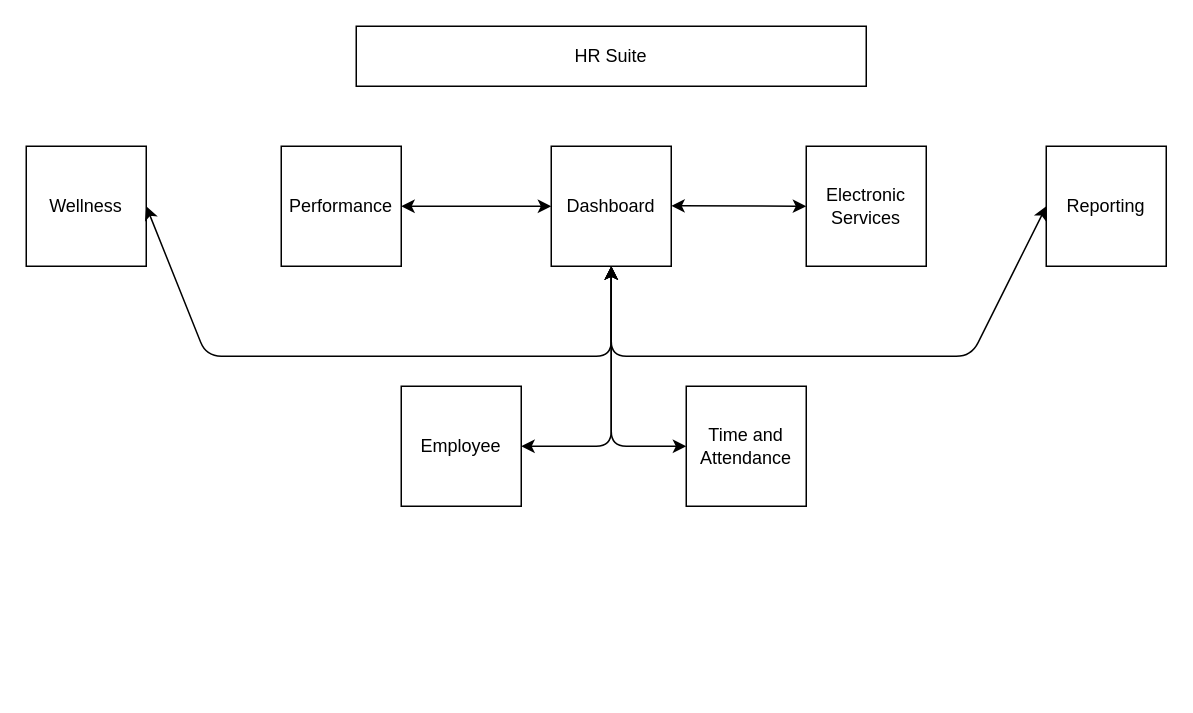
Earlier version of the draw.io diagram Modules.drawio (dlocklear/HR_Suite). Source tidied: cells renumbered, new cells numbered last; positions are measured from the earlier drawing's top-left corner, leaving out a move shared by most shapes. Both pictures are drawn from the tidied source at 150%, with x=0, y=0 at pixel (26, 26).
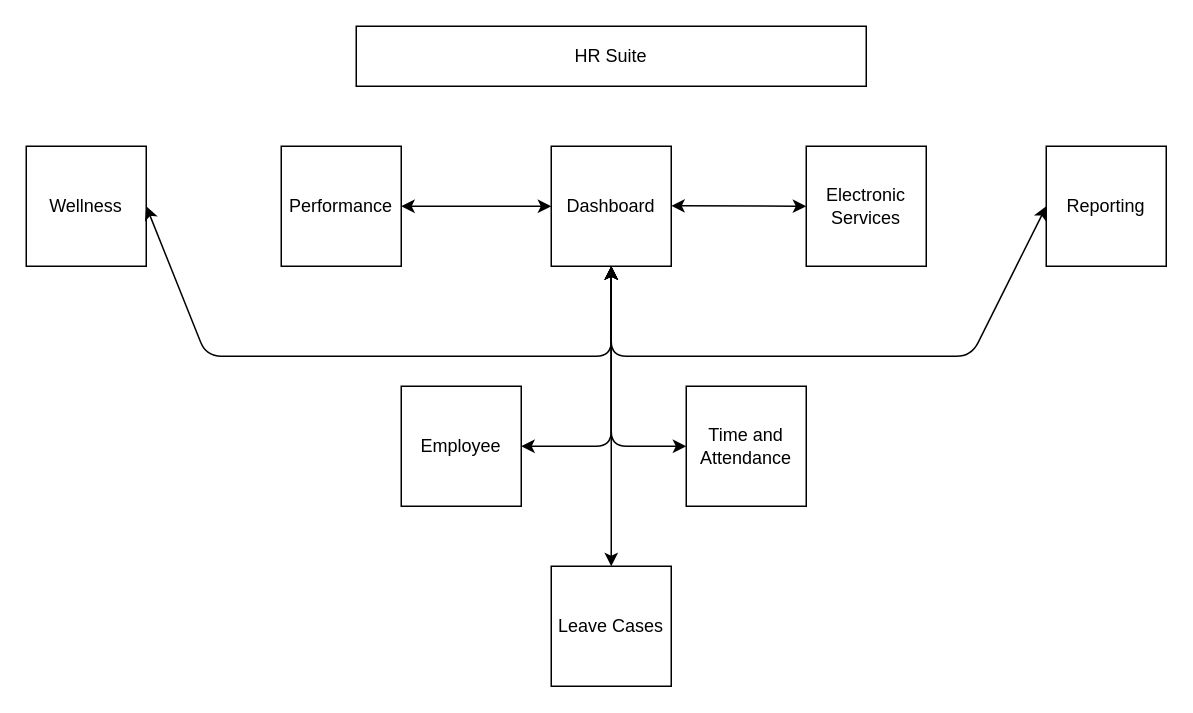
The same diagram, later.

Diff of the diagram source:
```diff
@@
+    <mxCell id="16" value="Leave Cases" style="whiteSpace=wrap;html=1;" parent="1" vertex="1">
+      <mxGeometry x="350" y="360" width="80" height="80" as="geometry" />
+    </mxCell>
+    <mxCell id="17" style="endArrow=classic;startArrow=classic;html=1;exitX=0.5;exitY=0;exitDx=0;exitDy=0;" parent="1" edge="1" source="16">
+      <mxGeometry relative="1" as="geometry">
+        <mxPoint x="390" y="160" as="targetPoint" />
+      </mxGeometry>
+    </mxCell>
```
